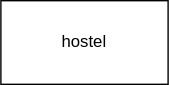
This is hostel_management.drawio.svg from Zeven100/hostel_management, a draw.io export, as it was before one commit. Source tidied: cells renumbered, new cells last; positions are measured from the earlier drawing's top-left corner, leaving out a move shared by most shapes. The source it was exported from:
```xml
<mxGraphModel>
  <root>
    <mxCell id="0" />
    <mxCell id="1" parent="0" />
    <mxCell id="2" value="hostel" style="rounded=0;whiteSpace=wrap;html=1;" parent="1" vertex="1">
      <mxGeometry width="120" height="60" as="geometry" />
    </mxCell>
  </root>
</mxGraphModel>
```
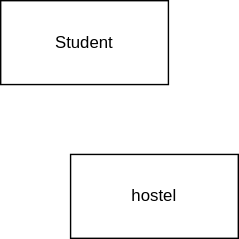
After the commit.

The edit, as a diff of the source:
```diff
@@ -5,5 +5,8 @@
     <mxCell id="2" value="hostel" style="rounded=0;whiteSpace=wrap;html=1;" parent="1" vertex="1">
       <mxGeometry width="120" height="60" as="geometry" />
     </mxCell>
+    <mxCell id="3" value="Student" style="rounded=0;whiteSpace=wrap;html=1;" parent="1" vertex="1">
+      <mxGeometry x="-50" y="-110" width="120" height="60" as="geometry" />
+    </mxCell>
   </root>
 </mxGraphModel>
```
